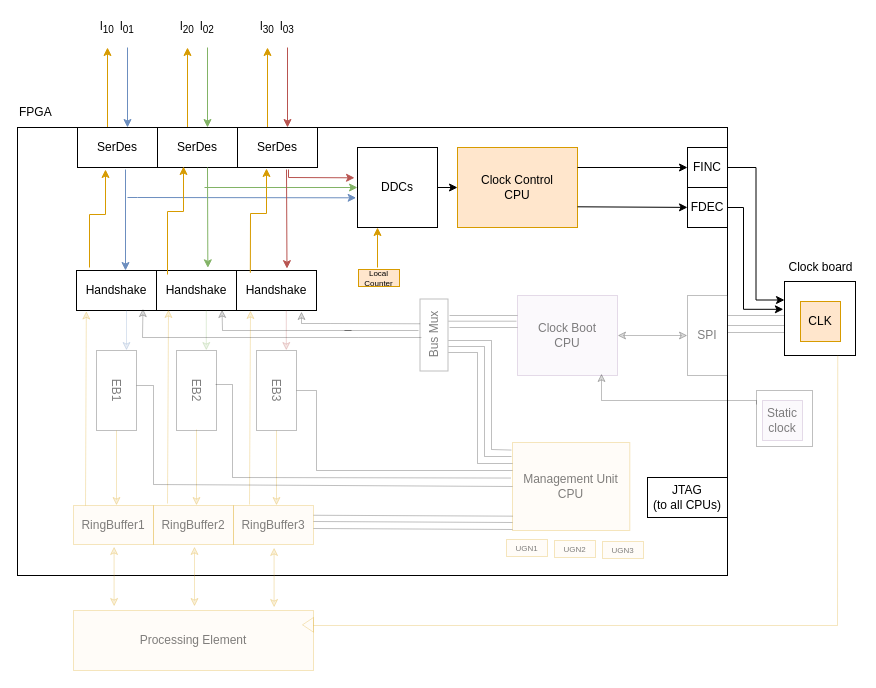
bittide/bittide-hardware keeps this draw.io diagram as docs/diagrams/bittide-cc-diagram.drawio. Above is the earlier version. Source tidied: cells renumbered, new cells numbered last; positions are measured from the earlier drawing's top-left corner, leaving out a move shared by most shapes. Both pictures are drawn from the tidied source at 100%, with x=0, y=0 at pixel (17, 17).
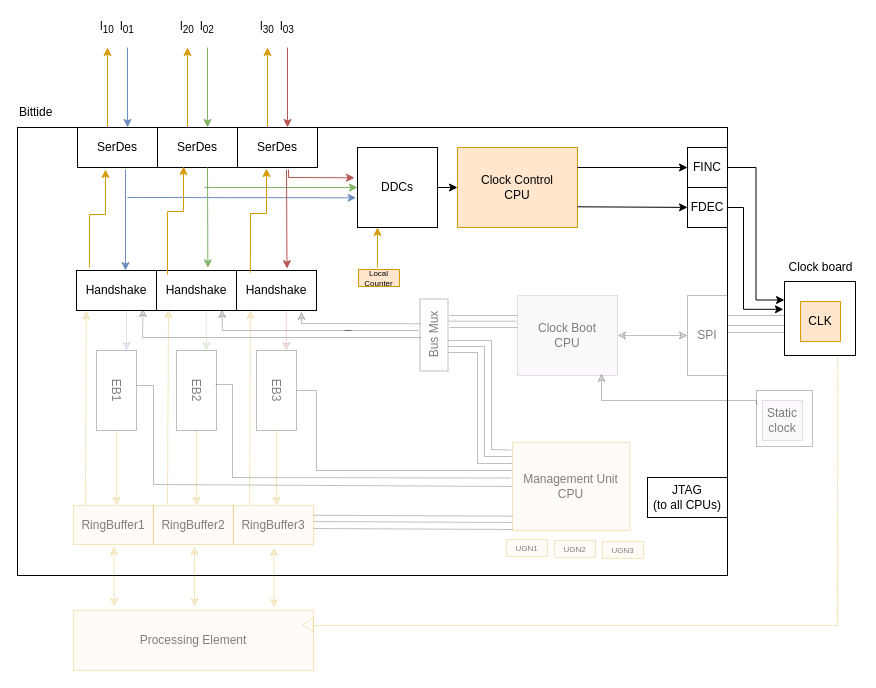
Above is the later version.

The edit, as a diff of the source:
```diff
@@
-    <mxCell id="5" value="FPGA" style="text;html=1;align=left;verticalAlign=middle;whiteSpace=wrap;rounded=0;" parent="1" vertex="1">
+    <mxCell id="5" value="Bittide" style="text;html=1;align=left;verticalAlign=middle;whiteSpace=wrap;rounded=0;" parent="1" vertex="1">
       <mxGeometry y="80" width="60" height="30" as="geometry" />
     </mxCell>
```
